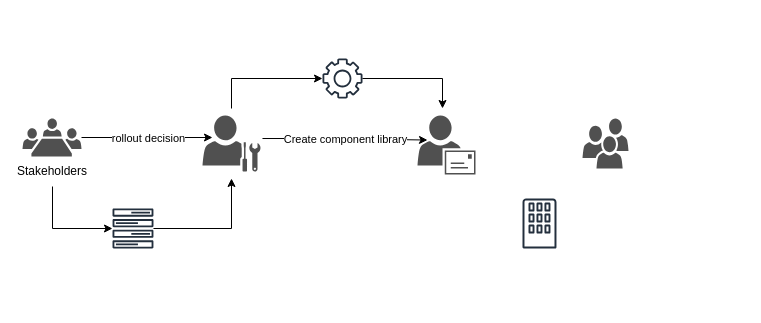
The draw.io diagram Untitled Diagram.drawio in saurabh-khare/code-challenges, before the edit. Source tidied: cells renumbered, new cells numbered last; positions are measured from the earlier drawing's top-left corner, leaving out a move shared by most shapes. Both pictures are drawn from the tidied source at 100%, with x=0, y=0 at pixel (22, 58).
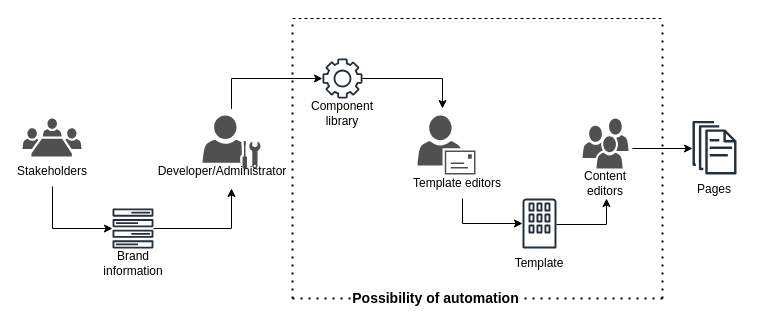
The same diagram, later.

Unchanged cells that the change refers to:
```xml
<mxCell id="2" style="sketch=0;shadow=0;dashed=0;html=1;strokeColor=none;fillColor=#505050;labelPosition=center;verticalLabelPosition=bottom;verticalAlign=top;outlineConnect=0;align=center;shape=mxgraph.office.users.meeting;" parent="1" vertex="1">
  <mxGeometry y="60" width="59" height="38" as="geometry" />
</mxCell>
<mxCell id="7" style="sketch=0;shadow=0;dashed=0;html=1;strokeColor=none;fillColor=#505050;labelPosition=center;verticalLabelPosition=bottom;verticalAlign=top;outlineConnect=0;align=center;shape=mxgraph.office.users.mail_user;" parent="1" vertex="1">
  <mxGeometry x="395" y="57" width="58" height="59" as="geometry" />
</mxCell>
<mxCell id="8" style="sketch=0;shadow=0;dashed=0;html=1;strokeColor=none;fillColor=#505050;labelPosition=center;verticalLabelPosition=bottom;verticalAlign=top;outlineConnect=0;align=center;shape=mxgraph.office.users.users;" parent="1" vertex="1">
  <mxGeometry x="560" y="60" width="46" height="50" as="geometry" />
</mxCell>
<mxCell id="11" style="sketch=0;outlineConnect=0;fontColor=#232F3E;gradientColor=none;fillColor=#232F3D;strokeColor=none;dashed=0;verticalLabelPosition=bottom;verticalAlign=top;align=center;html=1;fontSize=12;fontStyle=0;shape=mxgraph.aws4.forums;" parent="1" vertex="1">
  <mxGeometry x="90" y="150" width="41" height="40" as="geometry" />
</mxCell>
<mxCell id="17" style="sketch=0;outlineConnect=0;fontColor=#232F3E;gradientColor=none;fillColor=#232F3D;strokeColor=none;dashed=0;verticalLabelPosition=bottom;verticalAlign=top;align=center;html=1;fontSize=12;fontStyle=0;shape=mxgraph.aws4.corporate_data_center;" parent="1" vertex="1">
  <mxGeometry x="500" y="140" width="34" height="50" as="geometry" />
</mxCell>
```

The edit, as a diff of the source:
```diff
@@
-    <mxCell id="3" style="endArrow=classic;html=1;rounded=0;" parent="1" edge="1" source="2">
-      <mxGeometry relative="1" as="geometry">
-        <mxPoint x="190" y="79" as="targetPoint" />
-      </mxGeometry>
-    </mxCell>
-    <mxCell id="4" value="rollout decision" style="edgeLabel;html=1;align=center;verticalAlign=middle;" parent="3" vertex="1">
-      <mxGeometry relative="1" as="geometry" />
-    </mxCell>
@@
     <mxCell id="6" style="sketch=0;shadow=0;dashed=0;html=1;strokeColor=none;fillColor=#505050;labelPosition=center;verticalLabelPosition=bottom;verticalAlign=top;outlineConnect=0;align=center;shape=mxgraph.office.users.administrator;" parent="1" vertex="1">
-      <mxGeometry x="180" y="57" width="58" height="56" as="geometry" />
+      <mxGeometry x="180" y="57" width="58" height="53" as="geometry" />
     </mxCell>
@@
-    <mxCell id="9" style="endArrow=classic;html=1;rounded=0;exitX=1.034;exitY=0.411;exitDx=0;exitDy=0;exitPerimeter=0;entryX=0.172;entryY=0.416;entryDx=0;entryDy=0;entryPerimeter=0;" parent="1" edge="1" source="6" target="7">
-      <mxGeometry relative="1" as="geometry">
-        <Array as="points">
-          <mxPoint x="300" y="80" />
-        </Array>
-      </mxGeometry>
-    </mxCell>
-    <mxCell id="10" value="Create component library" style="edgeLabel;html=1;align=center;verticalAlign=middle;" parent="9" vertex="1">
-      <mxGeometry relative="1" as="geometry" />
-    </mxCell>
@@
-    <mxCell id="13" style="endArrow=classic;html=1;rounded=0;entryX=0.5;entryY=1.125;entryDx=0;entryDy=0;entryPerimeter=0;" parent="1" edge="1" source="11" target="6">
+    <mxCell id="13" style="endArrow=classic;html=1;rounded=0;" parent="1" edge="1" source="11">
       <mxGeometry relative="1" as="geometry">
+        <mxPoint x="209" y="130" as="targetPoint" />
         <Array as="points">
           <mxPoint x="209" y="170" />
         </Array>
       </mxGeometry>
     </mxCell>
@@
+    <mxCell id="18" style="endArrow=classic;html=1;rounded=0;" parent="1" edge="1" target="17">
+      <mxGeometry relative="1" as="geometry">
+        <mxPoint x="440" y="140" as="sourcePoint" />
+        <Array as="points">
+          <mxPoint x="440" y="165" />
+        </Array>
+      </mxGeometry>
+    </mxCell>
+    <mxCell id="19" style="endArrow=classic;html=1;rounded=0;" parent="1" edge="1">
+      <mxGeometry relative="1" as="geometry">
+        <mxPoint x="534" y="166" as="sourcePoint" />
+        <mxPoint x="584" y="140" as="targetPoint" />
+        <Array as="points">
+          <mxPoint x="584" y="166" />
+        </Array>
+      </mxGeometry>
+    </mxCell>
+    <mxCell id="20" style="endArrow=classic;html=1;rounded=0;exitX=1.087;exitY=0.6;exitDx=0;exitDy=0;exitPerimeter=0;" parent="1" edge="1" source="8">
+      <mxGeometry relative="1" as="geometry">
+        <mxPoint x="670" y="90" as="targetPoint" />
+      </mxGeometry>
+    </mxCell>
+    <mxCell id="21" style="sketch=0;fontColor=#232F3E;gradientColor=none;fillColor=#232F3D;strokeColor=none;dashed=0;verticalLabelPosition=bottom;verticalAlign=top;align=center;html=1;fontSize=12;fontStyle=0;shape=mxgraph.aws4.documents;" parent="1" vertex="1">
+      <mxGeometry x="670" y="62.4" width="44" height="53.6" as="geometry" />
+    </mxCell>
+    <mxCell id="22" value="Developer/Administrator" style="text;html=1;strokeColor=none;fillColor=none;align=center;verticalAlign=middle;whiteSpace=wrap;rounded=0;" parent="1" vertex="1">
+      <mxGeometry x="170" y="98" width="60" height="30" as="geometry" />
+    </mxCell>
+    <mxCell id="23" value="Template editors" style="text;html=1;strokeColor=none;fillColor=none;align=center;verticalAlign=middle;whiteSpace=wrap;rounded=0;" parent="1" vertex="1">
+      <mxGeometry x="380" y="110" width="110" height="30" as="geometry" />
+    </mxCell>
+    <mxCell id="24" value="Content editors" style="text;html=1;strokeColor=none;fillColor=none;align=center;verticalAlign=middle;whiteSpace=wrap;rounded=0;" parent="1" vertex="1">
+      <mxGeometry x="553" y="110" width="60" height="30" as="geometry" />
+    </mxCell>
+    <mxCell id="25" value="Brand information" style="text;html=1;strokeColor=none;fillColor=none;align=center;verticalAlign=middle;whiteSpace=wrap;rounded=0;" parent="1" vertex="1">
+      <mxGeometry x="80.5" y="190" width="60" height="30" as="geometry" />
+    </mxCell>
+    <mxCell id="26" value="Component library" style="text;html=1;strokeColor=none;fillColor=none;align=center;verticalAlign=middle;whiteSpace=wrap;rounded=0;" parent="1" vertex="1">
+      <mxGeometry x="290" y="40" width="60" height="30" as="geometry" />
+    </mxCell>
+    <mxCell id="27" value="Template" style="text;html=1;strokeColor=none;fillColor=none;align=center;verticalAlign=middle;whiteSpace=wrap;rounded=0;" parent="1" vertex="1">
+      <mxGeometry x="487" y="190" width="60" height="30" as="geometry" />
+    </mxCell>
+    <mxCell id="28" value="Pages" style="text;html=1;strokeColor=none;fillColor=none;align=center;verticalAlign=middle;whiteSpace=wrap;rounded=0;" parent="1" vertex="1">
+      <mxGeometry x="662" y="116" width="60" height="30" as="geometry" />
+    </mxCell>
+    <mxCell id="29" style="endArrow=none;dashed=1;html=1;rounded=0;" parent="1" edge="1">
+      <mxGeometry relative="1" as="geometry">
+        <mxPoint x="270" y="-40" as="sourcePoint" />
+        <mxPoint x="640" y="-40" as="targetPoint" />
+      </mxGeometry>
+    </mxCell>
+    <mxCell id="30" style="endArrow=none;dashed=1;html=1;dashPattern=1 3;strokeWidth=2;rounded=0;" parent="1" edge="1">
+      <mxGeometry relative="1" as="geometry">
+        <mxPoint x="270" y="240" as="sourcePoint" />
+        <mxPoint x="640" y="240" as="targetPoint" />
+      </mxGeometry>
+    </mxCell>
+    <mxCell id="31" value="&lt;b&gt;&lt;font style=&quot;font-size: 14px&quot;&gt;Possibility of automation&lt;/font&gt;&lt;/b&gt;" style="edgeLabel;html=1;align=center;verticalAlign=middle;" parent="30" vertex="1">
+      <mxGeometry x="-0.23" y="1" relative="1" as="geometry" />
+    </mxCell>
+    <mxCell id="32" style="endArrow=none;dashed=1;html=1;dashPattern=1 3;strokeWidth=2;rounded=0;" parent="1" edge="1">
+      <mxGeometry relative="1" as="geometry">
+        <mxPoint x="270" y="240" as="sourcePoint" />
+        <mxPoint x="270" y="-40" as="targetPoint" />
+      </mxGeometry>
+    </mxCell>
+    <mxCell id="33" style="endArrow=none;dashed=1;html=1;dashPattern=1 3;strokeWidth=2;rounded=0;" parent="1" edge="1">
+      <mxGeometry relative="1" as="geometry">
+        <mxPoint x="640" y="240" as="sourcePoint" />
+        <mxPoint x="640" y="-40" as="targetPoint" />
+      </mxGeometry>
+    </mxCell>
```
